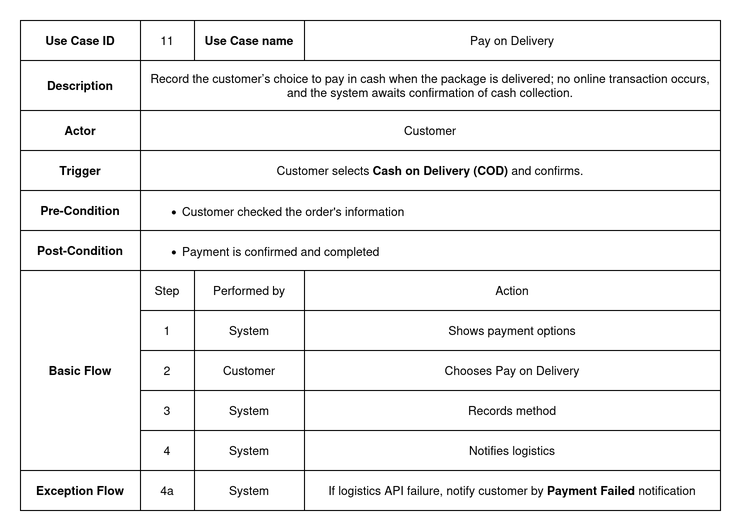
Above: documentation/Images/usecase_metadata_card/uc_11_pay_on_delivery.drawio.png in auphong2707/itse-laptopshop-management-web-application (draw.io), before the change. Source tidied: cells renumbered, new cells last; positions are measured from the earlier drawing's top-left corner, leaving out a move shared by most shapes.
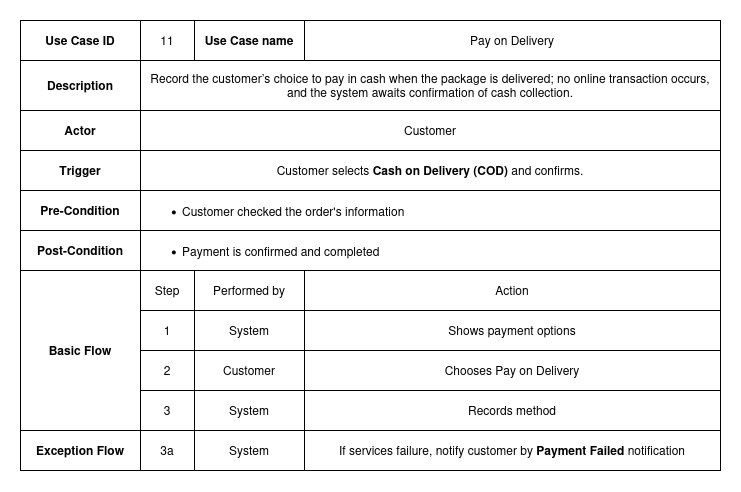
Above is the later version.

Change to the diagram source:
```diff
@@ -2,10 +2,10 @@
   <root>
     <mxCell id="0" />
     <mxCell id="1" parent="0" />
-    <mxCell id="2" style="shape=table;startSize=0;fontStyle=0;" parent="1" vertex="1">
-      <mxGeometry width="700" height="490" as="geometry" />
-    </mxCell>
+    <mxCell id="49" style="shape=table;startSize=0;fontStyle=0;" parent="1" vertex="1">
+      <mxGeometry width="700" height="450" as="geometry" />
+    </mxCell>
-    <mxCell id="3" style="shape=tableRow;horizontal=0;startSize=0;swimlaneHead=0;swimlaneBody=0;strokeColor=inherit;top=0;left=0;bottom=0;right=0;fillColor=none;" parent="2" vertex="1">
+    <mxCell id="3" style="shape=tableRow;horizontal=0;startSize=0;swimlaneHead=0;swimlaneBody=0;strokeColor=inherit;top=0;left=0;bottom=0;right=0;fillColor=none;" parent="49" vertex="1">
       <mxGeometry width="700" height="40" as="geometry" />
     </mxCell>
     <mxCell id="4" value="Use Case ID" style="shape=partialRectangle;html=1;whiteSpace=wrap;strokeColor=inherit;overflow=hidden;fillColor=none;top=0;left=0;bottom=0;right=0;fontStyle=1;" parent="3" vertex="1">
@@ -20,7 +20,7 @@
     <mxCell id="7" value="Pay on Delivery" style="shape=partialRectangle;html=1;whiteSpace=wrap;strokeColor=inherit;overflow=hidden;fillColor=none;top=0;left=0;bottom=0;right=0;" parent="3" vertex="1">
       <mxGeometry x="284" width="416" height="40" as="geometry" />
     </mxCell>
-    <mxCell id="8" style="shape=tableRow;horizontal=0;startSize=0;swimlaneHead=0;swimlaneBody=0;strokeColor=inherit;top=0;left=0;bottom=0;right=0;fillColor=none;" parent="2" vertex="1">
+    <mxCell id="8" style="shape=tableRow;horizontal=0;startSize=0;swimlaneHead=0;swimlaneBody=0;strokeColor=inherit;top=0;left=0;bottom=0;right=0;fillColor=none;" parent="49" vertex="1">
       <mxGeometry y="40" width="700" height="50" as="geometry" />
     </mxCell>
     <mxCell id="9" value="Description" style="shape=partialRectangle;html=1;whiteSpace=wrap;strokeColor=inherit;overflow=hidden;fillColor=none;top=0;left=0;bottom=0;right=0;fontStyle=1;" parent="8" vertex="1">
@@ -29,7 +29,7 @@
     <mxCell id="10" value="Record the customer’s choice to pay in cash when the package is delivered; no online transaction occurs, and the system awaits confirmation of cash collection." style="shape=partialRectangle;html=1;whiteSpace=wrap;strokeColor=inherit;overflow=hidden;fillColor=none;top=0;left=0;bottom=0;right=0;rowspan=1;colspan=3;" parent="8" vertex="1">
       <mxGeometry x="120" width="580" height="50" as="geometry" />
     </mxCell>
-    <mxCell id="11" style="shape=tableRow;horizontal=0;startSize=0;swimlaneHead=0;swimlaneBody=0;strokeColor=inherit;top=0;left=0;bottom=0;right=0;fillColor=none;" parent="2" vertex="1">
+    <mxCell id="11" style="shape=tableRow;horizontal=0;startSize=0;swimlaneHead=0;swimlaneBody=0;strokeColor=inherit;top=0;left=0;bottom=0;right=0;fillColor=none;" parent="49" vertex="1">
       <mxGeometry y="90" width="700" height="40" as="geometry" />
     </mxCell>
     <mxCell id="12" value="Actor" style="shape=partialRectangle;html=1;whiteSpace=wrap;strokeColor=inherit;overflow=hidden;fillColor=none;top=0;left=0;bottom=0;right=0;fontStyle=1;" parent="11" vertex="1">
@@ -38,7 +38,7 @@
     <mxCell id="13" value="Customer" style="shape=partialRectangle;html=1;whiteSpace=wrap;strokeColor=inherit;overflow=hidden;fillColor=none;top=0;left=0;bottom=0;right=0;rowspan=1;colspan=3;" parent="11" vertex="1">
       <mxGeometry x="120" width="580" height="40" as="geometry" />
     </mxCell>
-    <mxCell id="14" style="shape=tableRow;horizontal=0;startSize=0;swimlaneHead=0;swimlaneBody=0;strokeColor=inherit;top=0;left=0;bottom=0;right=0;fillColor=none;" parent="2" vertex="1">
+    <mxCell id="14" style="shape=tableRow;horizontal=0;startSize=0;swimlaneHead=0;swimlaneBody=0;strokeColor=inherit;top=0;left=0;bottom=0;right=0;fillColor=none;" parent="49" vertex="1">
       <mxGeometry y="130" width="700" height="40" as="geometry" />
     </mxCell>
     <mxCell id="15" value="Trigger" style="shape=partialRectangle;html=1;whiteSpace=wrap;strokeColor=inherit;overflow=hidden;fillColor=none;top=0;left=0;bottom=0;right=0;fontStyle=1;" parent="14" vertex="1">
@@ -47,7 +47,7 @@
     <mxCell id="16" value="Customer selects &lt;strong&gt;Cash on Delivery (COD)&lt;/strong&gt; and confirms." style="shape=partialRectangle;html=1;whiteSpace=wrap;strokeColor=inherit;overflow=hidden;fillColor=none;top=0;left=0;bottom=0;right=0;rowspan=1;colspan=3;" parent="14" vertex="1">
       <mxGeometry x="120" width="580" height="40" as="geometry" />
     </mxCell>
-    <mxCell id="17" style="shape=tableRow;horizontal=0;startSize=0;swimlaneHead=0;swimlaneBody=0;strokeColor=inherit;top=0;left=0;bottom=0;right=0;fillColor=none;" parent="2" vertex="1">
+    <mxCell id="17" style="shape=tableRow;horizontal=0;startSize=0;swimlaneHead=0;swimlaneBody=0;strokeColor=inherit;top=0;left=0;bottom=0;right=0;fillColor=none;" parent="49" vertex="1">
       <mxGeometry y="170" width="700" height="40" as="geometry" />
     </mxCell>
     <mxCell id="18" value="&lt;b&gt;Pre-Condition&lt;/b&gt;" style="shape=partialRectangle;html=1;whiteSpace=wrap;strokeColor=inherit;overflow=hidden;fillColor=none;top=0;left=0;bottom=0;right=0;" parent="17" vertex="1">
@@ -56,7 +56,7 @@
     <mxCell id="19" value="&lt;div align=&quot;left&quot;&gt;&lt;ul&gt;&lt;li&gt;Customer checked the order's information&lt;/li&gt;&lt;/ul&gt;&lt;/div&gt;" style="shape=partialRectangle;html=1;whiteSpace=wrap;strokeColor=inherit;overflow=hidden;fillColor=none;top=0;left=0;bottom=0;right=0;rowspan=1;colspan=3;align=left;" parent="17" vertex="1">
       <mxGeometry x="120" width="580" height="40" as="geometry" />
     </mxCell>
-    <mxCell id="20" style="shape=tableRow;horizontal=0;startSize=0;swimlaneHead=0;swimlaneBody=0;strokeColor=inherit;top=0;left=0;bottom=0;right=0;fillColor=none;" parent="2" vertex="1">
+    <mxCell id="20" style="shape=tableRow;horizontal=0;startSize=0;swimlaneHead=0;swimlaneBody=0;strokeColor=inherit;top=0;left=0;bottom=0;right=0;fillColor=none;" parent="49" vertex="1">
       <mxGeometry y="210" width="700" height="40" as="geometry" />
     </mxCell>
     <mxCell id="21" value="&lt;b&gt;Post-Condition&lt;/b&gt;" style="shape=partialRectangle;html=1;whiteSpace=wrap;strokeColor=inherit;overflow=hidden;fillColor=none;top=0;left=0;bottom=0;right=0;" parent="20" vertex="1">
@@ -65,11 +65,11 @@
     <mxCell id="22" value="&lt;div align=&quot;left&quot;&gt;&lt;ul&gt;&lt;li&gt;Payment is confirmed and completed&lt;/li&gt;&lt;/ul&gt;&lt;/div&gt;" style="shape=partialRectangle;html=1;whiteSpace=wrap;strokeColor=inherit;overflow=hidden;fillColor=none;top=0;left=0;bottom=0;right=0;rowspan=1;colspan=3;align=left;" parent="20" vertex="1">
       <mxGeometry x="120" width="580" height="40" as="geometry" />
     </mxCell>
-    <mxCell id="23" style="shape=tableRow;horizontal=0;startSize=0;swimlaneHead=0;swimlaneBody=0;strokeColor=inherit;top=0;left=0;bottom=0;right=0;fillColor=none;" parent="2" vertex="1">
+    <mxCell id="23" style="shape=tableRow;horizontal=0;startSize=0;swimlaneHead=0;swimlaneBody=0;strokeColor=inherit;top=0;left=0;bottom=0;right=0;fillColor=none;" parent="49" vertex="1">
       <mxGeometry y="250" width="700" height="40" as="geometry" />
     </mxCell>
-    <mxCell id="24" value="&lt;b&gt;Basic Flow&lt;/b&gt;" style="shape=partialRectangle;html=1;whiteSpace=wrap;strokeColor=inherit;overflow=hidden;fillColor=none;top=0;left=0;bottom=0;right=0;rowspan=5;colspan=1;" parent="23" vertex="1">
-      <mxGeometry width="120" height="200" as="geometry" />
+    <mxCell id="24" value="&lt;b&gt;Basic Flow&lt;/b&gt;" style="shape=partialRectangle;html=1;whiteSpace=wrap;strokeColor=inherit;overflow=hidden;fillColor=none;top=0;left=0;bottom=0;right=0;rowspan=4;colspan=1;" parent="23" vertex="1">
+      <mxGeometry width="120" height="160" as="geometry" />
     </mxCell>
     <mxCell id="25" value="Step" style="shape=partialRectangle;html=1;whiteSpace=wrap;strokeColor=inherit;overflow=hidden;fillColor=none;top=0;left=0;bottom=0;right=0;" parent="23" vertex="1">
       <mxGeometry x="120" width="54" height="40" as="geometry" />
@@ -80,19 +80,19 @@
     <mxCell id="27" value="Action" style="shape=partialRectangle;html=1;whiteSpace=wrap;strokeColor=inherit;overflow=hidden;fillColor=none;top=0;left=0;bottom=0;right=0;" parent="23" vertex="1">
       <mxGeometry x="284" width="416" height="40" as="geometry" />
     </mxCell>
-    <mxCell id="28" style="shape=tableRow;horizontal=0;startSize=0;swimlaneHead=0;swimlaneBody=0;strokeColor=inherit;top=0;left=0;bottom=0;right=0;fillColor=none;" parent="2" vertex="1">
+    <mxCell id="28" style="shape=tableRow;horizontal=0;startSize=0;swimlaneHead=0;swimlaneBody=0;strokeColor=inherit;top=0;left=0;bottom=0;right=0;fillColor=none;" parent="49" vertex="1">
       <mxGeometry y="290" width="700" height="40" as="geometry" />
     </mxCell>
     <mxCell id="29" value="1" style="shape=partialRectangle;html=1;whiteSpace=wrap;strokeColor=inherit;overflow=hidden;fillColor=none;top=0;left=0;bottom=0;right=0;" parent="28" vertex="1">
       <mxGeometry x="120" width="54" height="40" as="geometry" />
     </mxCell>
-    <mxCell id="30" value="System" style="shape=partialRectangle;html=1;whiteSpace=wrap;strokeColor=inherit;overflow=hidden;fillColor=none;top=0;left=0;bottom=0;right=0;" parent="28" vertex="1">
-      <mxGeometry x="174" width="110" height="40" as="geometry" />
-    </mxCell>
+    <mxCell id="50" value="System" style="shape=partialRectangle;html=1;whiteSpace=wrap;strokeColor=inherit;overflow=hidden;fillColor=none;top=0;left=0;bottom=0;right=0;" parent="28" vertex="1">
+      <mxGeometry x="174" width="110" height="40" as="geometry" />
+    </mxCell>
     <mxCell id="31" value="Shows payment options" style="shape=partialRectangle;html=1;whiteSpace=wrap;strokeColor=inherit;overflow=hidden;fillColor=none;top=0;left=0;bottom=0;right=0;fontStyle=0;" parent="28" vertex="1">
       <mxGeometry x="284" width="416" height="40" as="geometry" />
     </mxCell>
-    <mxCell id="32" style="shape=tableRow;horizontal=0;startSize=0;swimlaneHead=0;swimlaneBody=0;strokeColor=inherit;top=0;left=0;bottom=0;right=0;fillColor=none;" parent="2" vertex="1">
+    <mxCell id="32" style="shape=tableRow;horizontal=0;startSize=0;swimlaneHead=0;swimlaneBody=0;strokeColor=inherit;top=0;left=0;bottom=0;right=0;fillColor=none;" parent="49" vertex="1">
       <mxGeometry y="330" width="700" height="40" as="geometry" />
     </mxCell>
     <mxCell id="33" value="2" style="shape=partialRectangle;html=1;whiteSpace=wrap;strokeColor=inherit;overflow=hidden;fillColor=none;top=0;left=0;bottom=0;right=0;" parent="32" vertex="1">
@@ -104,44 +104,32 @@
     <mxCell id="35" value="Chooses Pay on Delivery" style="shape=partialRectangle;html=1;whiteSpace=wrap;strokeColor=inherit;overflow=hidden;fillColor=none;top=0;left=0;bottom=0;right=0;fontStyle=0;" parent="32" vertex="1">
       <mxGeometry x="284" width="416" height="40" as="geometry" />
     </mxCell>
-    <mxCell id="36" style="shape=tableRow;horizontal=0;startSize=0;swimlaneHead=0;swimlaneBody=0;strokeColor=inherit;top=0;left=0;bottom=0;right=0;fillColor=none;" parent="2" vertex="1">
+    <mxCell id="36" style="shape=tableRow;horizontal=0;startSize=0;swimlaneHead=0;swimlaneBody=0;strokeColor=inherit;top=0;left=0;bottom=0;right=0;fillColor=none;" parent="49" vertex="1">
       <mxGeometry y="370" width="700" height="40" as="geometry" />
     </mxCell>
     <mxCell id="37" value="3" style="shape=partialRectangle;html=1;whiteSpace=wrap;strokeColor=inherit;overflow=hidden;fillColor=none;top=0;left=0;bottom=0;right=0;" parent="36" vertex="1">
       <mxGeometry x="120" width="54" height="40" as="geometry" />
     </mxCell>
-    <mxCell id="38" value="System" style="shape=partialRectangle;html=1;whiteSpace=wrap;strokeColor=inherit;overflow=hidden;fillColor=none;top=0;left=0;bottom=0;right=0;" parent="36" vertex="1">
-      <mxGeometry x="174" width="110" height="40" as="geometry" />
-    </mxCell>
+    <mxCell id="51" value="System" style="shape=partialRectangle;html=1;whiteSpace=wrap;strokeColor=inherit;overflow=hidden;fillColor=none;top=0;left=0;bottom=0;right=0;" parent="36" vertex="1">
+      <mxGeometry x="174" width="110" height="40" as="geometry" />
+    </mxCell>
     <mxCell id="39" value="Records method" style="shape=partialRectangle;html=1;whiteSpace=wrap;strokeColor=inherit;overflow=hidden;fillColor=none;top=0;left=0;bottom=0;right=0;" parent="36" vertex="1">
       <mxGeometry x="284" width="416" height="40" as="geometry" />
     </mxCell>
-    <mxCell id="40" style="shape=tableRow;horizontal=0;startSize=0;swimlaneHead=0;swimlaneBody=0;strokeColor=inherit;top=0;left=0;bottom=0;right=0;fillColor=none;" parent="2" vertex="1">
+    <mxCell id="40" style="shape=tableRow;horizontal=0;startSize=0;swimlaneHead=0;swimlaneBody=0;strokeColor=inherit;top=0;left=0;bottom=0;right=0;fillColor=none;" parent="49" vertex="1">
       <mxGeometry y="410" width="700" height="40" as="geometry" />
     </mxCell>
-    <mxCell id="41" value="4" style="shape=partialRectangle;html=1;whiteSpace=wrap;strokeColor=inherit;overflow=hidden;fillColor=none;top=0;left=0;bottom=0;right=0;" parent="40" vertex="1">
-      <mxGeometry x="120" width="54" height="40" as="geometry" />
-    </mxCell>
-    <mxCell id="42" value="System" style="shape=partialRectangle;html=1;whiteSpace=wrap;strokeColor=inherit;overflow=hidden;fillColor=none;top=0;left=0;bottom=0;right=0;" parent="40" vertex="1">
-      <mxGeometry x="174" width="110" height="40" as="geometry" />
-    </mxCell>
-    <mxCell id="43" value="Notifies logistics" style="shape=partialRectangle;html=1;whiteSpace=wrap;strokeColor=inherit;overflow=hidden;fillColor=none;top=0;left=0;bottom=0;right=0;" parent="40" vertex="1">
-      <mxGeometry x="284" width="416" height="40" as="geometry" />
-    </mxCell>
-    <mxCell id="44" style="shape=tableRow;horizontal=0;startSize=0;swimlaneHead=0;swimlaneBody=0;strokeColor=inherit;top=0;left=0;bottom=0;right=0;fillColor=none;" parent="2" vertex="1">
-      <mxGeometry y="450" width="700" height="40" as="geometry" />
-    </mxCell>
-    <mxCell id="45" value="&lt;b&gt;Exception Flow&lt;/b&gt;" style="shape=partialRectangle;html=1;whiteSpace=wrap;strokeColor=inherit;overflow=hidden;fillColor=none;top=0;left=0;bottom=0;right=0;rowspan=3;colspan=1;" parent="44" vertex="1">
+    <mxCell id="45" value="&lt;b&gt;Exception Flow&lt;/b&gt;" style="shape=partialRectangle;html=1;whiteSpace=wrap;strokeColor=inherit;overflow=hidden;fillColor=none;top=0;left=0;bottom=0;right=0;rowspan=3;colspan=1;" parent="40" vertex="1">
       <mxGeometry width="120" height="40" as="geometry" />
     </mxCell>
-    <mxCell id="46" value="4a" style="shape=partialRectangle;html=1;whiteSpace=wrap;strokeColor=inherit;overflow=hidden;fillColor=none;top=0;left=0;bottom=0;right=0;" parent="44" vertex="1">
-      <mxGeometry x="120" width="54" height="40" as="geometry" />
-    </mxCell>
-    <mxCell id="47" value="System" style="shape=partialRectangle;html=1;whiteSpace=wrap;strokeColor=inherit;overflow=hidden;fillColor=none;top=0;left=0;bottom=0;right=0;" parent="44" vertex="1">
-      <mxGeometry x="174" width="110" height="40" as="geometry" />
-    </mxCell>
-    <mxCell id="48" value="If logistics API failure, notify customer by &lt;b&gt;Payment Failed&lt;/b&gt; notification" style="shape=partialRectangle;html=1;whiteSpace=wrap;strokeColor=inherit;overflow=hidden;fillColor=none;top=0;left=0;bottom=0;right=0;" parent="44" vertex="1">
-      <mxGeometry x="284" width="416" height="40" as="geometry" />
-    </mxCell>
+    <mxCell id="52" value="3a" style="shape=partialRectangle;html=1;whiteSpace=wrap;strokeColor=inherit;overflow=hidden;fillColor=none;top=0;left=0;bottom=0;right=0;" parent="40" vertex="1">
+      <mxGeometry x="120" width="54" height="40" as="geometry" />
+    </mxCell>
+    <mxCell id="53" value="System" style="shape=partialRectangle;html=1;whiteSpace=wrap;strokeColor=inherit;overflow=hidden;fillColor=none;top=0;left=0;bottom=0;right=0;" parent="40" vertex="1">
+      <mxGeometry x="174" width="110" height="40" as="geometry" />
+    </mxCell>
+    <mxCell id="54" value="If services failure, notify customer by &lt;b&gt;Payment Failed&lt;/b&gt; notification" style="shape=partialRectangle;html=1;whiteSpace=wrap;strokeColor=inherit;overflow=hidden;fillColor=none;top=0;left=0;bottom=0;right=0;" parent="40" vertex="1">
+      <mxGeometry x="284" width="416" height="40" as="geometry" />
+    </mxCell>
   </root>
 </mxGraphModel>
```
